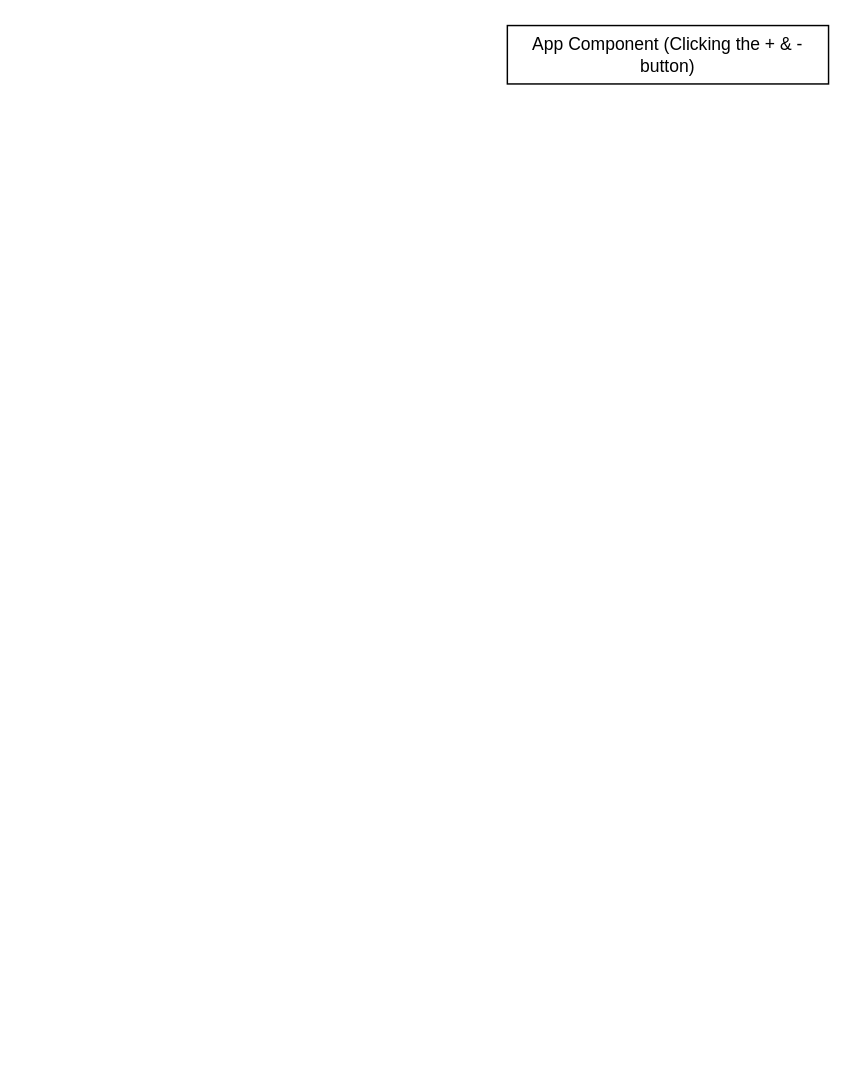
snair0410/story keeps this draw.io diagram as page "FoodOrderApp - On Clicking the + & - button" (6 of 6) of Untitled Diagram.drawio. Above is the earlier version. Source tidied: cells renumbered, new cells numbered last; positions are measured from the earlier drawing's top-left corner, leaving out a move shared by most shapes. Both pictures are drawn from the tidied source at 146%, with x=0, y=0 at pixel (507, 25).
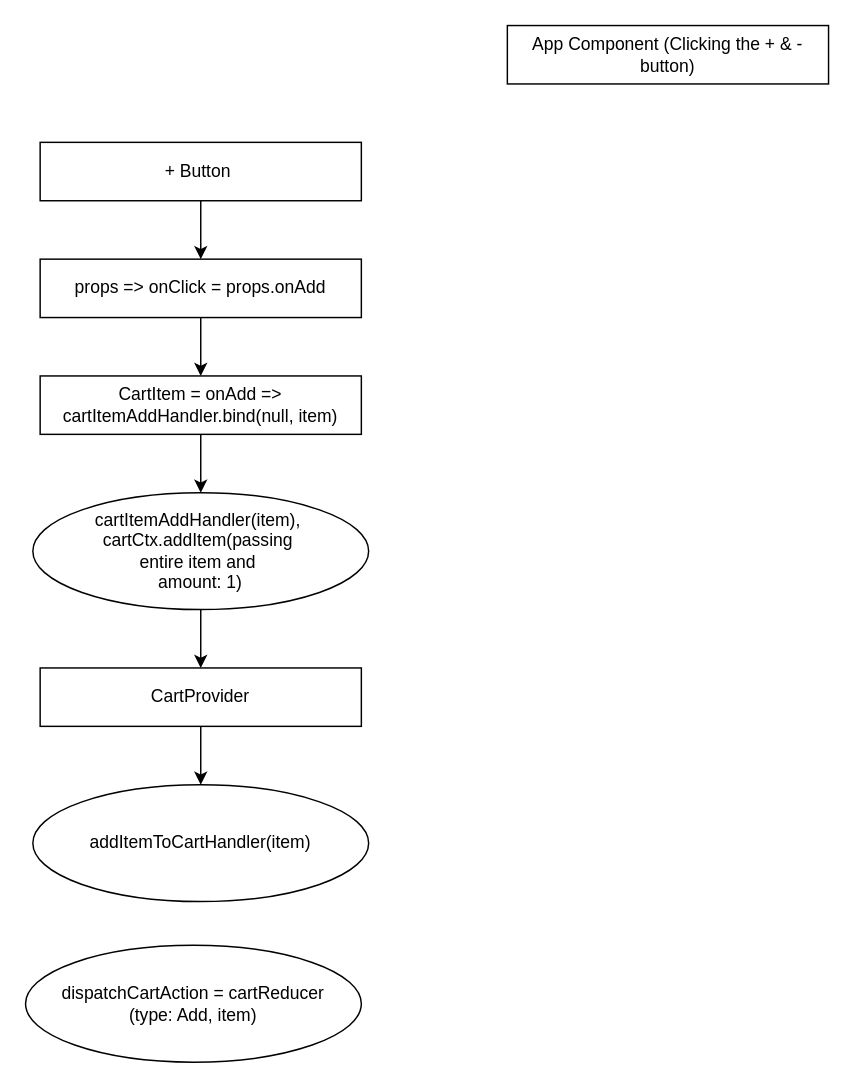
After the change.

Change to the diagram source:
```diff
@@
 <mxGraphModel>
   <root>
     <mxCell id="0" />
     <mxCell id="1" parent="0" />
     <mxCell id="2" value="App Component (Clicking the + &amp;amp; - button)" style="whiteSpace=wrap;html=1;" parent="1" vertex="1">
       <mxGeometry width="220" height="40" as="geometry" />
     </mxCell>
+    <mxCell id="3" style="edgeStyle=orthogonalEdgeStyle;rounded=0;jettySize=auto;html=1;entryX=0.5;entryY=0;entryDx=0;entryDy=0;" parent="1" edge="1" source="4" target="6">
+      <mxGeometry relative="1" as="geometry" />
+    </mxCell>
+    <mxCell id="4" value="+ Button&amp;nbsp;" style="whiteSpace=wrap;html=1;" parent="1" vertex="1">
+      <mxGeometry x="-320" y="80" width="220" height="40" as="geometry" />
+    </mxCell>
+    <mxCell id="5" style="edgeStyle=orthogonalEdgeStyle;rounded=0;jettySize=auto;html=1;entryX=0.5;entryY=0;entryDx=0;entryDy=0;" parent="1" edge="1" source="6" target="8">
+      <mxGeometry relative="1" as="geometry" />
+    </mxCell>
+    <mxCell id="6" value="props =&amp;gt; onClick = props.onAdd" style="whiteSpace=wrap;html=1;" parent="1" vertex="1">
+      <mxGeometry x="-320" y="160" width="220" height="40" as="geometry" />
+    </mxCell>
+    <mxCell id="7" style="edgeStyle=orthogonalEdgeStyle;rounded=0;jettySize=auto;html=1;exitX=0.5;exitY=1;exitDx=0;exitDy=0;entryX=0.5;entryY=0;entryDx=0;entryDy=0;" parent="1" edge="1" source="8" target="10">
+      <mxGeometry relative="1" as="geometry" />
+    </mxCell>
+    <mxCell id="8" value="CartItem = onAdd =&amp;gt; cartItemAddHandler.bind(null, item)" style="whiteSpace=wrap;html=1;" parent="1" vertex="1">
+      <mxGeometry x="-320" y="240" width="220" height="40" as="geometry" />
+    </mxCell>
+    <mxCell id="9" style="edgeStyle=orthogonalEdgeStyle;rounded=0;jettySize=auto;html=1;entryX=0.5;entryY=0;entryDx=0;entryDy=0;" parent="1" edge="1" source="10" target="12">
+      <mxGeometry relative="1" as="geometry" />
+    </mxCell>
+    <mxCell id="10" value="cartItemAddHandler(item),&amp;nbsp;&lt;br&gt;cartCtx.addItem(passing&amp;nbsp;&lt;br&gt;entire item and&amp;nbsp;&lt;br&gt;amount: 1)" style="ellipse;whiteSpace=wrap;html=1;" parent="1" vertex="1">
+      <mxGeometry x="-325" y="320" width="230" height="80" as="geometry" />
+    </mxCell>
+    <mxCell id="11" style="edgeStyle=orthogonalEdgeStyle;rounded=0;jettySize=auto;html=1;exitX=0.5;exitY=1;exitDx=0;exitDy=0;" parent="1" edge="1" source="12" target="13">
+      <mxGeometry relative="1" as="geometry" />
+    </mxCell>
+    <mxCell id="12" value="CartProvider" style="whiteSpace=wrap;html=1;" parent="1" vertex="1">
+      <mxGeometry x="-320" y="440" width="220" height="40" as="geometry" />
+    </mxCell>
+    <mxCell id="13" value="addItemToCartHandler(item)" style="ellipse;whiteSpace=wrap;html=1;" parent="1" vertex="1">
+      <mxGeometry x="-325" y="520" width="230" height="80" as="geometry" />
+    </mxCell>
+    <mxCell id="14" value="dispatchCartAction = cartReducer&lt;br&gt;(type: Add, item)" style="ellipse;whiteSpace=wrap;html=1;" parent="1" vertex="1">
+      <mxGeometry x="-330" y="630" width="230" height="80" as="geometry" />
+    </mxCell>
   </root>
 </mxGraphModel>
```
